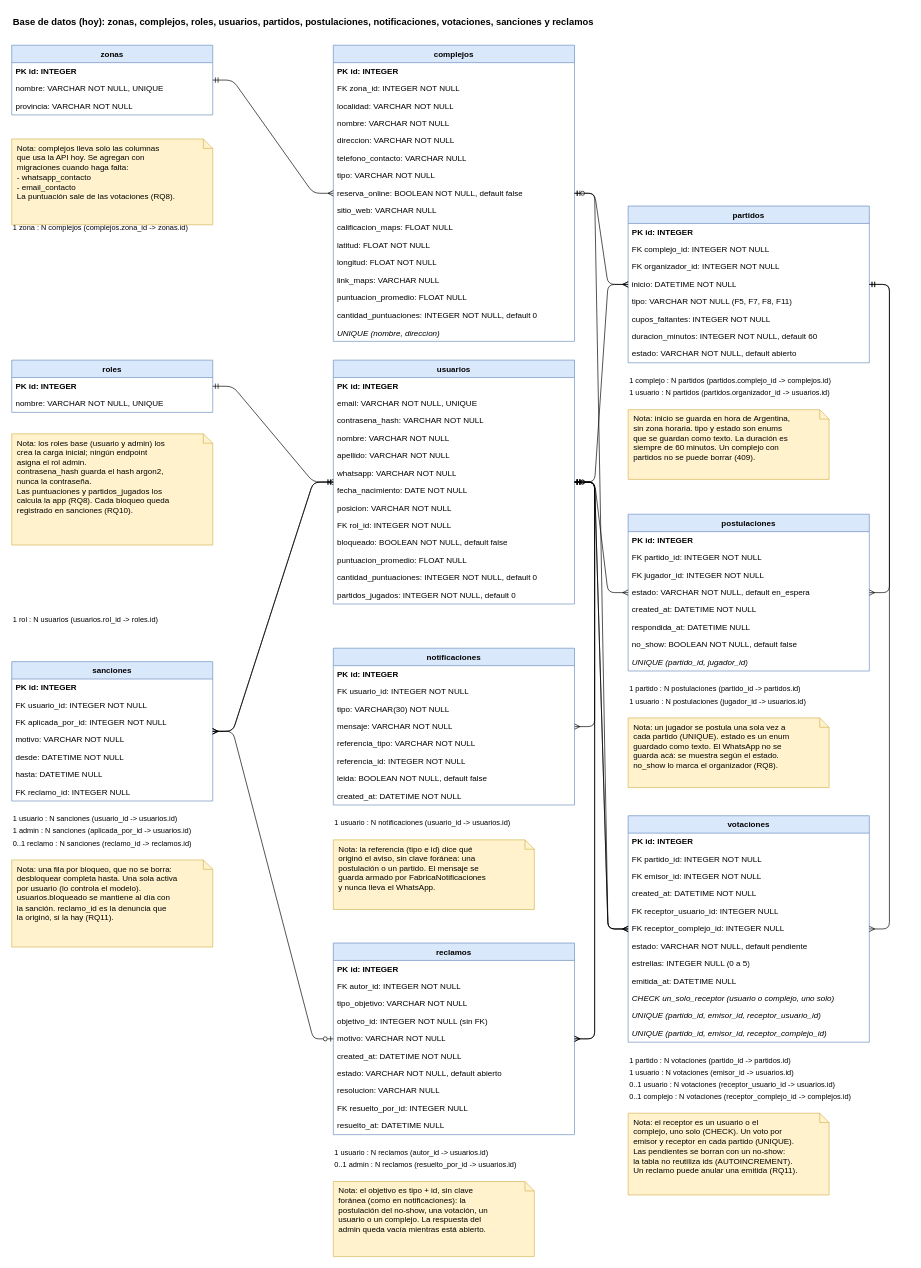
Earlier version of the draw.io diagram docs/diagramas/base-de-datos.drawio (nvranco/fulvo). Source tidied: cells renumbered, new cells numbered last; positions are measured from the earlier drawing's top-left corner, leaving out a move shared by most shapes. Both pictures are drawn from the tidied source at 67%, with x=0, y=0 at pixel (11, 11).
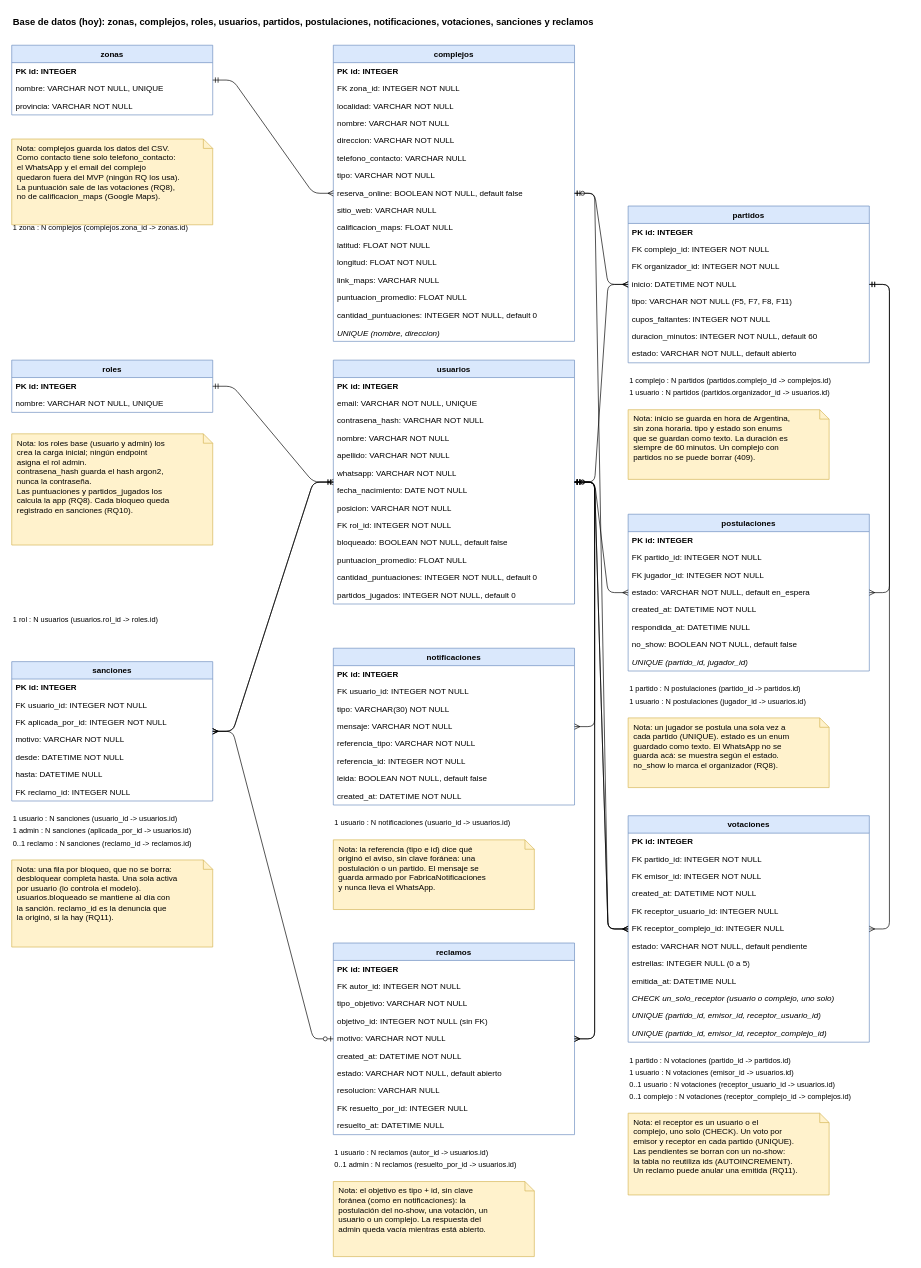
The same diagram, later.

Commit message (it also covers changes not shown here):
docs: corrijo textos de la documentación que quedaron viejos

The edit, as a diff of the source:
```diff
@@
-    <mxCell id="26" value="Nota: complejos lleva solo las columnas&#10;que usa la API hoy. Se agregan con&#10;migraciones cuando haga falta:&#10;- whatsapp_contacto&#10;- email_contacto&#10;La puntuación sale de las votaciones (RQ8)." style="shape=note;whiteSpace=wrap;html=1;align=left;verticalAlign=top;spacingLeft=6;fillColor=#fff2cc;strokeColor=#d6b656;size=14;" parent="1" vertex="1">
+    <mxCell id="26" value="Nota: complejos guarda los datos del CSV.&#10;Como contacto tiene solo telefono_contacto:&#10;el WhatsApp y el email del complejo&#10;quedaron fuera del MVP (ningún RQ los usa).&#10;La puntuación sale de las votaciones (RQ8),&#10;no de calificacion_maps (Google Maps)." style="shape=note;whiteSpace=wrap;html=1;align=left;verticalAlign=top;spacingLeft=6;fillColor=#fff2cc;strokeColor=#d6b656;size=14;" parent="1" vertex="1">
       <mxGeometry y="190" width="300" height="128" as="geometry" />
     </mxCell>
```
